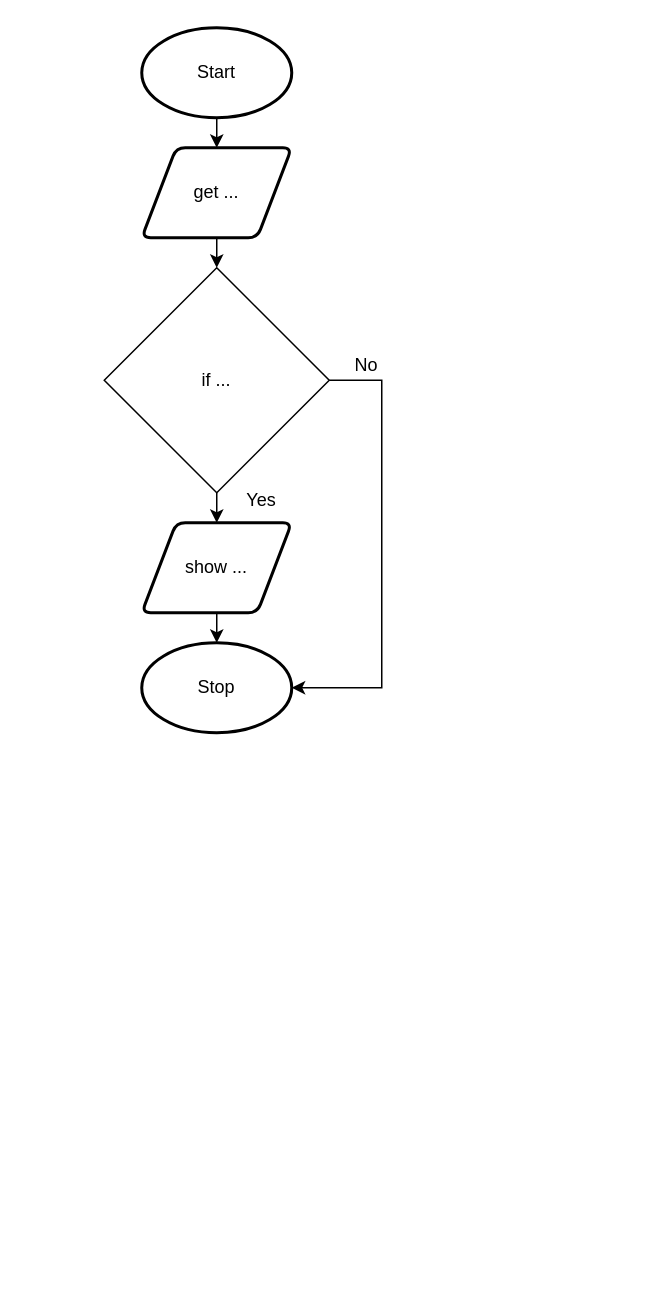
Earlier version of the draw.io diagram drawio/flowchart/flowchart.drawio (Aidan-Lalonde-Novales/ICS3U-Assignment5-Python). Source tidied: cells renumbered, new cells numbered last; positions are measured from the earlier drawing's top-left corner, leaving out a move shared by most shapes. Both pictures are drawn from the tidied source at 150%, with x=0, y=0 at pixel (104, 27).
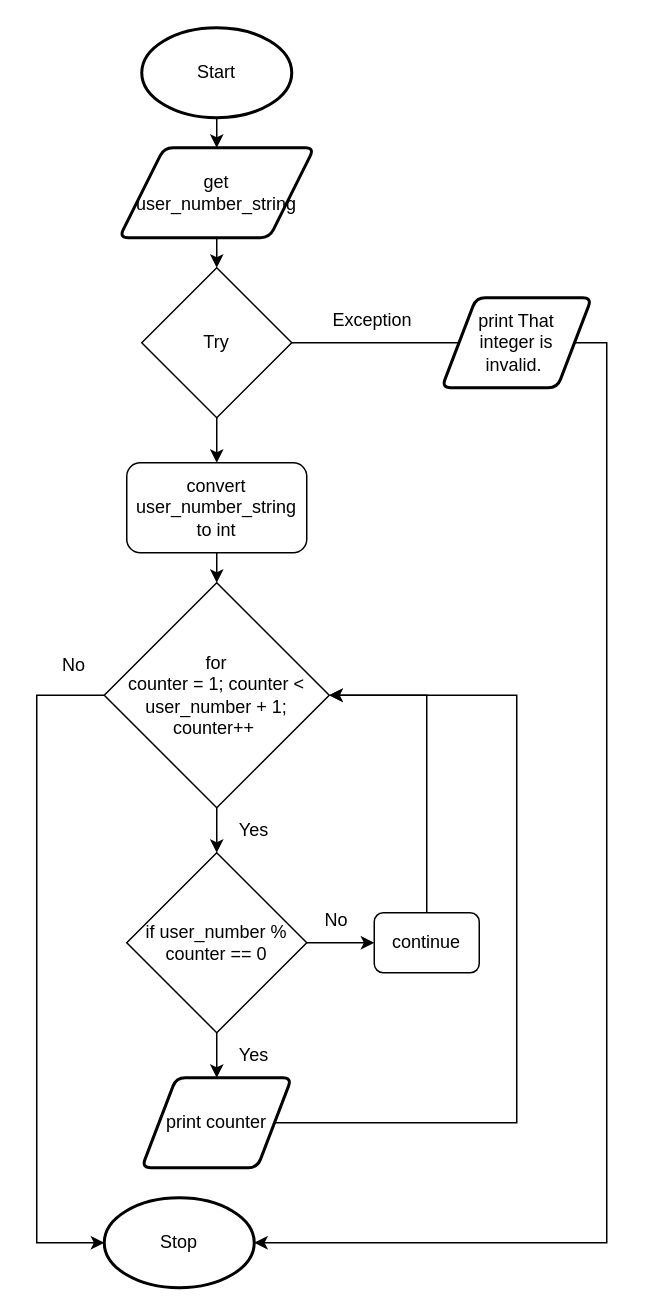
After the change.

Change to the diagram source:
```diff
@@
-    <mxCell id="4" style="edgeStyle=none;html=1;exitX=0.5;exitY=1;exitDx=0;exitDy=0;entryX=0.5;entryY=0;entryDx=0;entryDy=0;" parent="1" edge="1" source="5">
-      <mxGeometry relative="1" as="geometry">
-        <mxPoint x="75" y="160" as="targetPoint" />
-      </mxGeometry>
-    </mxCell>
+    <mxCell id="14" style="edgeStyle=none;html=1;exitX=0.5;exitY=1;exitDx=0;exitDy=0;entryX=0.5;entryY=0;entryDx=0;entryDy=0;" parent="1" edge="1" source="5" target="19">
+      <mxGeometry relative="1" as="geometry" />
+    </mxCell>
-    <mxCell id="5" value="get ..." style="shape=parallelogram;html=1;strokeWidth=2;perimeter=parallelogramPerimeter;whiteSpace=wrap;rounded=1;arcSize=12;size=0.23;" parent="1" vertex="1">
-      <mxGeometry x="25" y="80" width="100" height="60" as="geometry" />
+    <mxCell id="5" value="get &lt;br&gt;user_number_string" style="shape=parallelogram;html=1;strokeWidth=2;perimeter=parallelogramPerimeter;whiteSpace=wrap;rounded=1;arcSize=12;size=0.23;" parent="1" vertex="1">
+      <mxGeometry x="10" y="80" width="130" height="60" as="geometry" />
     </mxCell>
-    <mxCell id="6" style="edgeStyle=none;html=1;exitX=0.5;exitY=1;exitDx=0;exitDy=0;entryX=0.5;entryY=0;entryDx=0;entryDy=0;entryPerimeter=0;" parent="1" edge="1" source="7" target="8">
-      <mxGeometry relative="1" as="geometry" />
-    </mxCell>
+    <mxCell id="15" style="edgeStyle=none;rounded=0;html=1;exitX=1;exitY=0.5;exitDx=0;exitDy=0;entryX=1;entryY=0.5;entryDx=0;entryDy=0;" parent="1" edge="1" source="7" target="11">
+      <mxGeometry relative="1" as="geometry">
+        <Array as="points">
+          <mxPoint x="275" y="730" />
+          <mxPoint x="275" y="445" />
+        </Array>
+      </mxGeometry>
+    </mxCell>
-    <mxCell id="7" value="show ..." style="shape=parallelogram;html=1;strokeWidth=2;perimeter=parallelogramPerimeter;whiteSpace=wrap;rounded=1;arcSize=12;size=0.23;" parent="1" vertex="1">
-      <mxGeometry x="25" y="330" width="100" height="60" as="geometry" />
+    <mxCell id="7" value="print counter" style="shape=parallelogram;html=1;strokeWidth=2;perimeter=parallelogramPerimeter;whiteSpace=wrap;rounded=1;arcSize=12;size=0.23;" parent="1" vertex="1">
+      <mxGeometry x="25" y="700" width="100" height="60" as="geometry" />
     </mxCell>
     <mxCell id="8" value="Stop" style="strokeWidth=2;html=1;shape=mxgraph.flowchart.start_1;whiteSpace=wrap;" parent="1" vertex="1">
-      <mxGeometry x="25" y="410" width="100" height="60" as="geometry" />
+      <mxGeometry y="780" width="100" height="60" as="geometry" />
     </mxCell>
-    <mxCell id="9" style="edgeStyle=none;html=1;exitX=0.5;exitY=1;exitDx=0;exitDy=0;entryX=0.5;entryY=0;entryDx=0;entryDy=0;" parent="1" edge="1" source="11" target="7">
-      <mxGeometry relative="1" as="geometry" />
-    </mxCell>
+    <mxCell id="16" style="edgeStyle=none;rounded=0;html=1;exitX=0.5;exitY=1;exitDx=0;exitDy=0;entryX=0.5;entryY=0;entryDx=0;entryDy=0;" parent="1" edge="1" source="11" target="27">
+      <mxGeometry relative="1" as="geometry" />
+    </mxCell>
-    <mxCell id="10" style="edgeStyle=none;html=1;exitX=1;exitY=0.5;exitDx=0;exitDy=0;entryX=1;entryY=0.5;entryDx=0;entryDy=0;entryPerimeter=0;rounded=0;" parent="1" edge="1" source="11" target="8">
+    <mxCell id="10" style="edgeStyle=none;rounded=0;html=1;exitX=0;exitY=0.5;exitDx=0;exitDy=0;entryX=0;entryY=0.5;entryDx=0;entryDy=0;entryPerimeter=0;" parent="1" edge="1" source="11" target="8">
       <mxGeometry relative="1" as="geometry">
         <Array as="points">
-          <mxPoint x="185" y="235" />
-          <mxPoint x="185" y="440" />
+          <mxPoint x="-45" y="445" />
+          <mxPoint x="-45" y="810" />
         </Array>
       </mxGeometry>
     </mxCell>
-    <mxCell id="11" value="if ..." style="rhombus;whiteSpace=wrap;html=1;" parent="1" vertex="1">
-      <mxGeometry y="160" width="150" height="150" as="geometry" />
+    <mxCell id="11" value="for &lt;br&gt;counter = 1; counter &amp;lt; user_number + 1; counter++&amp;nbsp;" style="rhombus;whiteSpace=wrap;html=1;" parent="1" vertex="1">
+      <mxGeometry y="370" width="150" height="150" as="geometry" />
     </mxCell>
     <mxCell id="12" value="Yes" style="text;html=1;strokeColor=none;fillColor=none;align=center;verticalAlign=middle;whiteSpace=wrap;rounded=0;" parent="1" vertex="1">
-      <mxGeometry x="75" y="300" width="60" height="30" as="geometry" />
+      <mxGeometry x="85" y="520" width="30" height="30" as="geometry" />
     </mxCell>
     <mxCell id="13" value="No" style="text;html=1;strokeColor=none;fillColor=none;align=center;verticalAlign=middle;whiteSpace=wrap;rounded=0;" parent="1" vertex="1">
-      <mxGeometry x="145" y="210" width="60" height="30" as="geometry" />
+      <mxGeometry x="-40" y="410" width="40" height="30" as="geometry" />
     </mxCell>
+    <mxCell id="17" style="edgeStyle=none;html=1;exitX=1;exitY=0.5;exitDx=0;exitDy=0;" parent="1" edge="1" source="19">
+      <mxGeometry relative="1" as="geometry">
+        <mxPoint x="265" y="210" as="targetPoint" />
+      </mxGeometry>
+    </mxCell>
+    <mxCell id="18" style="edgeStyle=none;rounded=0;html=1;exitX=0.5;exitY=1;exitDx=0;exitDy=0;entryX=0.5;entryY=0;entryDx=0;entryDy=0;" parent="1" edge="1" source="19" target="24">
+      <mxGeometry relative="1" as="geometry" />
+    </mxCell>
+    <mxCell id="19" value="Try" style="rhombus;whiteSpace=wrap;html=1;" parent="1" vertex="1">
+      <mxGeometry x="25" y="160" width="100" height="100" as="geometry" />
+    </mxCell>
+    <mxCell id="20" value="Exception" style="text;html=1;strokeColor=none;fillColor=none;align=center;verticalAlign=middle;whiteSpace=wrap;rounded=0;" parent="1" vertex="1">
+      <mxGeometry x="149" y="180" width="60" height="30" as="geometry" />
+    </mxCell>
+    <mxCell id="21" style="edgeStyle=none;html=1;exitX=1;exitY=0.5;exitDx=0;exitDy=0;entryX=1;entryY=0.5;entryDx=0;entryDy=0;entryPerimeter=0;rounded=0;" parent="1" edge="1" source="22" target="8">
+      <mxGeometry relative="1" as="geometry">
+        <Array as="points">
+          <mxPoint x="335" y="210" />
+          <mxPoint x="335" y="680" />
+          <mxPoint x="335" y="810" />
+        </Array>
+      </mxGeometry>
+    </mxCell>
+    <mxCell id="22" value="print That &lt;br&gt;integer is &lt;br&gt;invalid.&amp;nbsp;" style="shape=parallelogram;html=1;strokeWidth=2;perimeter=parallelogramPerimeter;whiteSpace=wrap;rounded=1;arcSize=12;size=0.23;" parent="1" vertex="1">
+      <mxGeometry x="225" y="180" width="100" height="60" as="geometry" />
+    </mxCell>
+    <mxCell id="23" style="edgeStyle=none;rounded=0;html=1;exitX=0.5;exitY=1;exitDx=0;exitDy=0;entryX=0.5;entryY=0;entryDx=0;entryDy=0;" parent="1" edge="1" source="24" target="11">
+      <mxGeometry relative="1" as="geometry" />
+    </mxCell>
+    <mxCell id="24" value="convert user_number_string to int" style="rounded=1;whiteSpace=wrap;html=1;" parent="1" vertex="1">
+      <mxGeometry x="15" y="290" width="120" height="60" as="geometry" />
+    </mxCell>
+    <mxCell id="25" style="edgeStyle=none;rounded=0;html=1;exitX=0.5;exitY=1;exitDx=0;exitDy=0;entryX=0.5;entryY=0;entryDx=0;entryDy=0;" parent="1" edge="1" source="27" target="7">
+      <mxGeometry relative="1" as="geometry" />
+    </mxCell>
+    <mxCell id="26" style="edgeStyle=none;rounded=0;html=1;exitX=1;exitY=0.5;exitDx=0;exitDy=0;entryX=0;entryY=0.5;entryDx=0;entryDy=0;" parent="1" edge="1" source="27" target="31">
+      <mxGeometry relative="1" as="geometry" />
+    </mxCell>
+    <mxCell id="27" value="if user_number % counter == 0" style="rhombus;whiteSpace=wrap;html=1;" parent="1" vertex="1">
+      <mxGeometry x="15" y="550" width="120" height="120" as="geometry" />
+    </mxCell>
+    <mxCell id="28" value="Yes" style="text;html=1;strokeColor=none;fillColor=none;align=center;verticalAlign=middle;whiteSpace=wrap;rounded=0;" parent="1" vertex="1">
+      <mxGeometry x="85" y="670" width="30" height="30" as="geometry" />
+    </mxCell>
+    <mxCell id="29" value="No" style="text;html=1;strokeColor=none;fillColor=none;align=center;verticalAlign=middle;whiteSpace=wrap;rounded=0;" parent="1" vertex="1">
+      <mxGeometry x="135" y="580" width="40" height="30" as="geometry" />
+    </mxCell>
+    <mxCell id="30" style="edgeStyle=none;rounded=0;html=1;exitX=0.5;exitY=0;exitDx=0;exitDy=0;entryX=1;entryY=0.5;entryDx=0;entryDy=0;" parent="1" edge="1" source="31" target="11">
+      <mxGeometry relative="1" as="geometry">
+        <Array as="points">
+          <mxPoint x="215" y="445" />
+        </Array>
+      </mxGeometry>
+    </mxCell>
+    <mxCell id="31" value="continue" style="rounded=1;whiteSpace=wrap;html=1;" parent="1" vertex="1">
+      <mxGeometry x="180" y="590" width="70" height="40" as="geometry" />
+    </mxCell>
```
